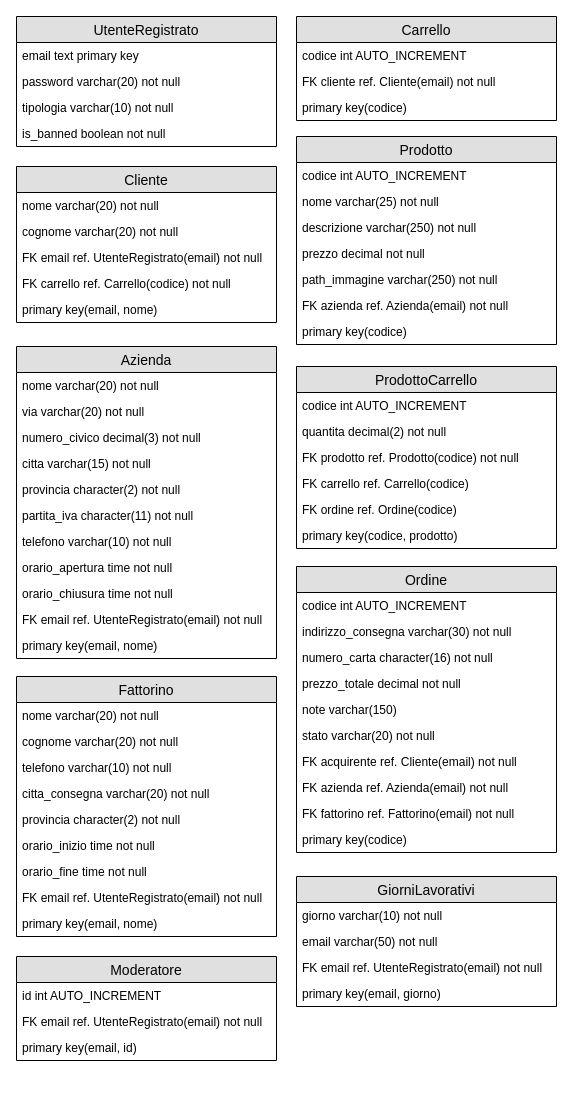
Above: Documents/Sys - Drawio/tabelle database.drawio in frekkanzer2/Eat-Reorder (draw.io), before the change. Source tidied: cells renumbered, new cells numbered last; positions are measured from the earlier drawing's top-left corner, leaving out a move shared by most shapes. Both pictures are drawn from the tidied source at 100%, with x=0, y=0 at pixel (16, 16).
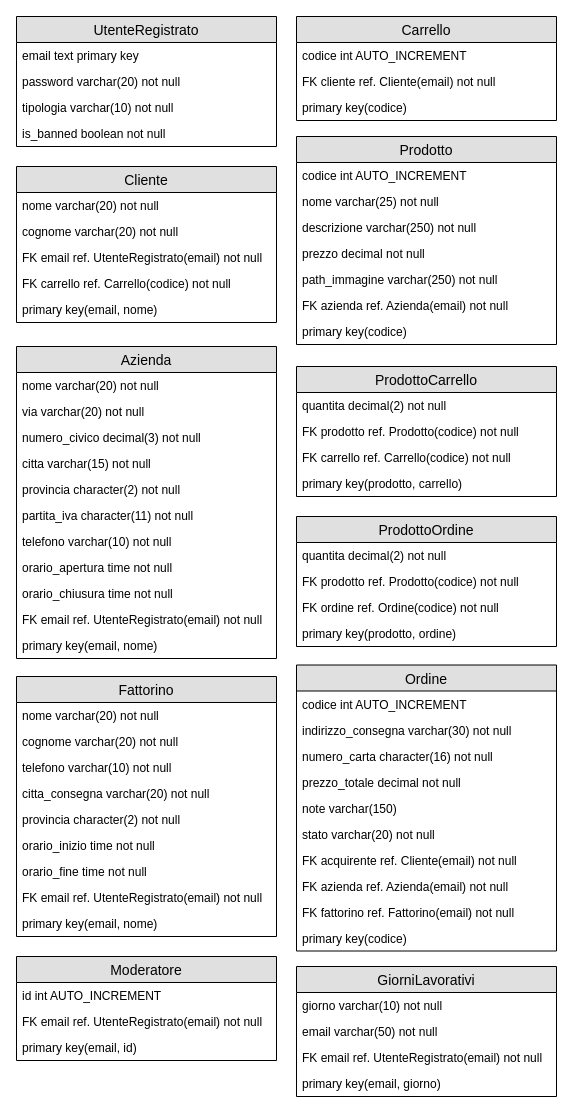
The same page after the edit.

Commit message (it also covers changes not shown here):
Modifiche database + modifica SDD + modifica SD riguardante ordinazione

Diff of the diagram source:
```diff
@@
     <mxCell id="39" value="GiorniLavorativi" style="swimlane;fontStyle=0;horizontal=1;startSize=26;fillColor=#e0e0e0;swimlaneFillColor=#ffffff;align=center;fontSize=14;" parent="1" vertex="1">
-      <mxGeometry x="280" y="860" width="260" height="130" as="geometry" />
+      <mxGeometry x="280" y="950" width="260" height="130" as="geometry" />
     </mxCell>
@@
     <mxCell id="56" value="ProdottoCarrello" style="swimlane;fontStyle=0;horizontal=1;startSize=26;fillColor=#e0e0e0;swimlaneFillColor=#ffffff;align=center;fontSize=14;" parent="1" vertex="1">
-      <mxGeometry x="280" y="350" width="260" height="182" as="geometry" />
+      <mxGeometry x="280" y="350" width="260" height="130" as="geometry" />
     </mxCell>
-    <mxCell id="57" value="codice int AUTO_INCREMENT" style="text;strokeColor=none;fillColor=none;spacingLeft=4;spacingRight=4;overflow=hidden;fontSize=12;" parent="56" vertex="1">
-      <mxGeometry y="26" width="260" height="26" as="geometry" />
-    </mxCell>
     <mxCell id="58" value="quantita decimal(2) not null" style="text;strokeColor=none;fillColor=none;spacingLeft=4;spacingRight=4;overflow=hidden;fontSize=12;" parent="56" vertex="1">
-      <mxGeometry y="52" width="260" height="26" as="geometry" />
+      <mxGeometry y="26" width="260" height="26" as="geometry" />
     </mxCell>
     <mxCell id="59" value="FK prodotto ref. Prodotto(codice) not null" style="text;strokeColor=none;fillColor=none;spacingLeft=4;spacingRight=4;overflow=hidden;fontSize=12;" parent="56" vertex="1">
-      <mxGeometry y="78" width="260" height="26" as="geometry" />
+      <mxGeometry y="52" width="260" height="26" as="geometry" />
     </mxCell>
-    <mxCell id="60" value="FK carrello ref. Carrello(codice)" style="text;strokeColor=none;fillColor=none;spacingLeft=4;spacingRight=4;overflow=hidden;fontSize=12;" parent="56" vertex="1">
-      <mxGeometry y="104" width="260" height="26" as="geometry" />
+    <mxCell id="60" value="FK carrello ref. Carrello(codice) not null" style="text;strokeColor=none;fillColor=none;spacingLeft=4;spacingRight=4;overflow=hidden;fontSize=12;" parent="56" vertex="1">
+      <mxGeometry y="78" width="260" height="26" as="geometry" />
     </mxCell>
-    <mxCell id="61" value="FK ordine ref. Ordine(codice)" style="text;strokeColor=none;fillColor=none;spacingLeft=4;spacingRight=4;overflow=hidden;fontSize=12;" parent="56" vertex="1">
-      <mxGeometry y="130" width="260" height="26" as="geometry" />
-    </mxCell>
-    <mxCell id="62" value="primary key(codice, prodotto)" style="text;strokeColor=none;fillColor=none;spacingLeft=4;spacingRight=4;overflow=hidden;fontSize=12;" parent="56" vertex="1">
-      <mxGeometry y="156" width="260" height="26" as="geometry" />
+    <mxCell id="62" value="primary key(prodotto, carrello)" style="text;strokeColor=none;fillColor=none;spacingLeft=4;spacingRight=4;overflow=hidden;fontSize=12;" parent="56" vertex="1">
+      <mxGeometry y="104" width="260" height="26" as="geometry" />
     </mxCell>
     <mxCell id="63" value="Ordine" style="swimlane;fontStyle=0;horizontal=1;startSize=26;fillColor=#e0e0e0;swimlaneFillColor=#ffffff;align=center;fontSize=14;" parent="1" vertex="1">
-      <mxGeometry x="280" y="550" width="260" height="286" as="geometry" />
+      <mxGeometry x="280" y="648.5" width="260" height="286" as="geometry" />
     </mxCell>
@@
+    <mxCell id="74" value="ProdottoOrdine" style="swimlane;fontStyle=0;horizontal=1;startSize=26;fillColor=#e0e0e0;swimlaneFillColor=#ffffff;align=center;fontSize=14;" parent="1" vertex="1">
+      <mxGeometry x="280" y="500" width="260" height="130" as="geometry" />
+    </mxCell>
+    <mxCell id="75" value="quantita decimal(2) not null" style="text;strokeColor=none;fillColor=none;spacingLeft=4;spacingRight=4;overflow=hidden;fontSize=12;" parent="74" vertex="1">
+      <mxGeometry y="26" width="260" height="26" as="geometry" />
+    </mxCell>
+    <mxCell id="76" value="FK prodotto ref. Prodotto(codice) not null" style="text;strokeColor=none;fillColor=none;spacingLeft=4;spacingRight=4;overflow=hidden;fontSize=12;" parent="74" vertex="1">
+      <mxGeometry y="52" width="260" height="26" as="geometry" />
+    </mxCell>
+    <mxCell id="77" value="FK ordine ref. Ordine(codice) not null" style="text;strokeColor=none;fillColor=none;spacingLeft=4;spacingRight=4;overflow=hidden;fontSize=12;" parent="74" vertex="1">
+      <mxGeometry y="78" width="260" height="26" as="geometry" />
+    </mxCell>
+    <mxCell id="78" value="primary key(prodotto, ordine)" style="text;strokeColor=none;fillColor=none;spacingLeft=4;spacingRight=4;overflow=hidden;fontSize=12;" parent="74" vertex="1">
+      <mxGeometry y="104" width="260" height="26" as="geometry" />
+    </mxCell>
```
